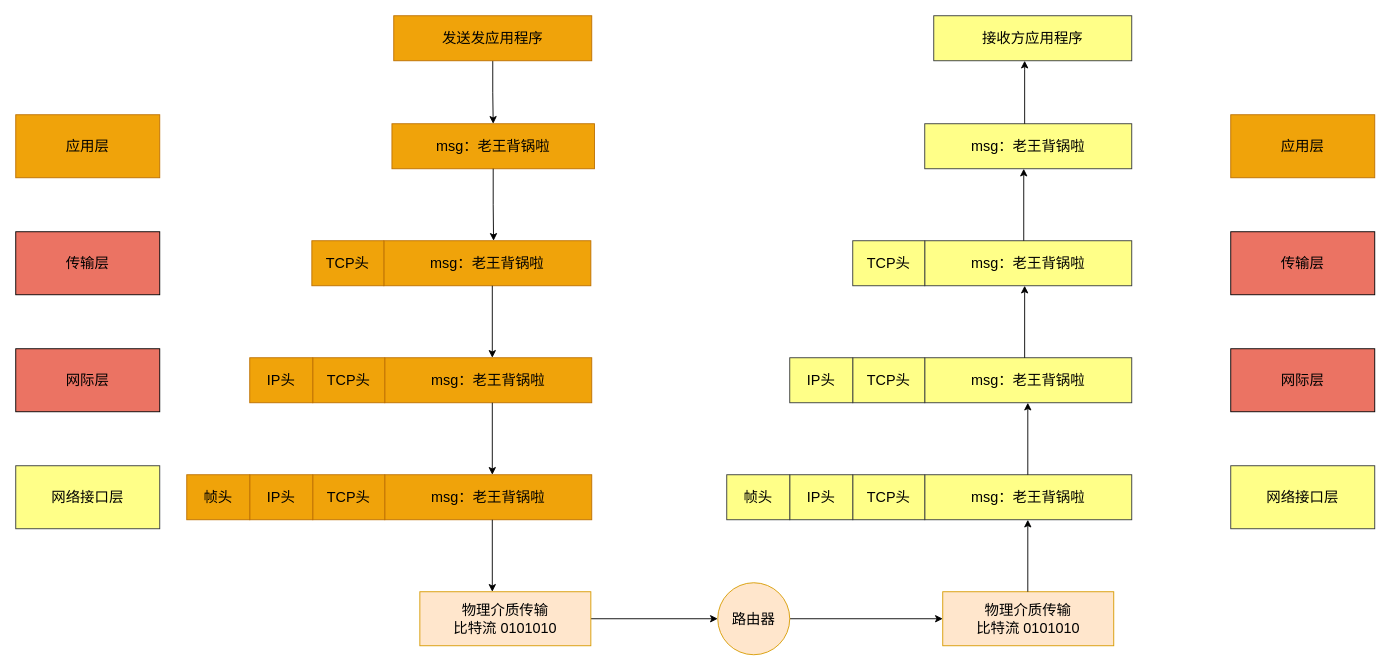
The draw.io diagram 网络分层下各层数据的传输.drawio in ChengziMao/diagrams, before the edit. Source tidied: cells renumbered, new cells numbered last; positions are measured from the earlier drawing's top-left corner, leaving out a move shared by most shapes. Both pictures are drawn from the tidied source at 90%, with x=0, y=0 at pixel (15, 15).
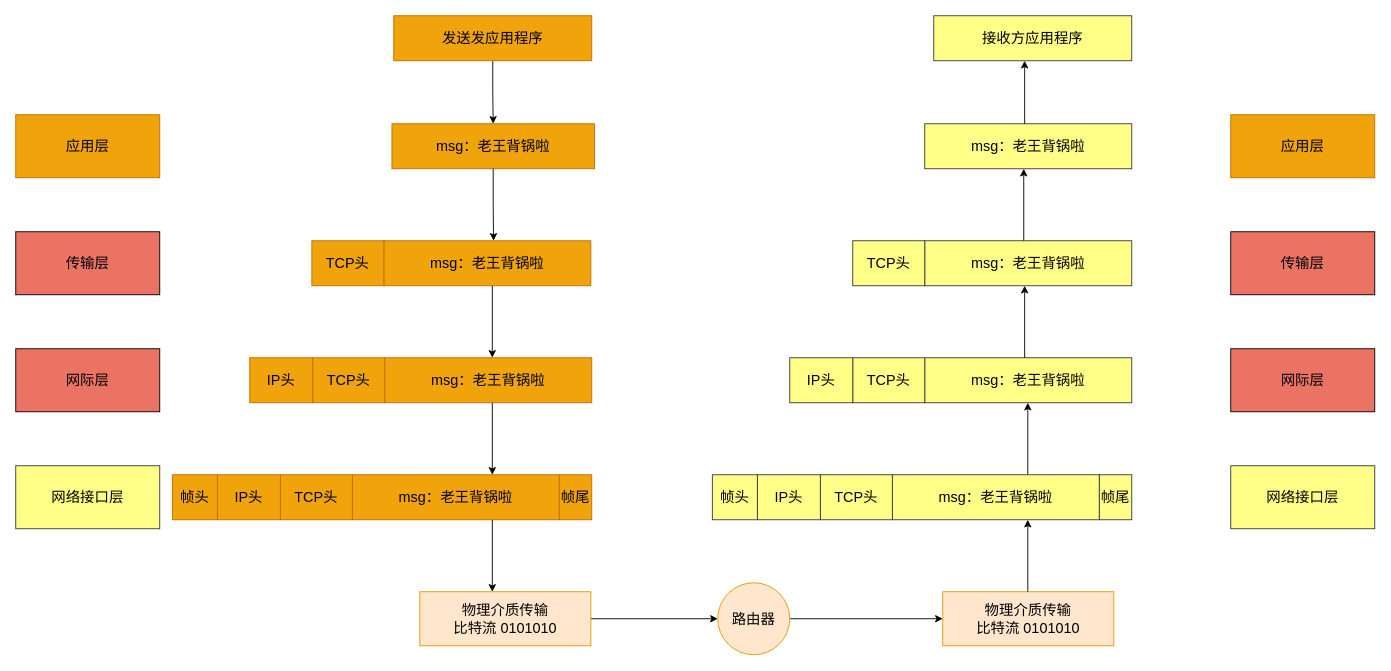
The same diagram, later.

Commit message (it also covers changes not shown here):
更新网络分层下各层数据的传输.drawio

The edit, as a diff of the source:
```diff
@@
     <mxCell id="14" value="&lt;font style=&quot;vertical-align: inherit;&quot; class=&quot;notranslate fyzs-translate-target fyzs-translate-target-wrapper&quot;&gt;&lt;font style=&quot;vertical-align: inherit;&quot; class=&quot;notranslate fyzs-translate-target fyzs-translate-target-box&quot;&gt;&lt;font style=&quot;vertical-align: inherit;&quot; title=&quot;d&quot; class=&quot;notranslate fyzs-translate-target fyzs-translate-target-text&quot;&gt;msg：老王背锅啦&lt;/font&gt;&lt;/font&gt;&lt;/font&gt;" style="rounded=0;whiteSpace=wrap;html=1;fillColor=#f0a30a;fontColor=#000000;strokeColor=#BD7000;fontSize=16;" parent="1" vertex="1">
-      <mxGeometry x="410" y="510" width="230" height="50" as="geometry" />
+      <mxGeometry x="374" y="510" width="230" height="50" as="geometry" />
     </mxCell>
     <mxCell id="15" value="&lt;font style=&quot;vertical-align: inherit;&quot; class=&quot;notranslate fyzs-translate-target fyzs-translate-target-wrapper&quot;&gt;&lt;font style=&quot;vertical-align: inherit;&quot; class=&quot;notranslate fyzs-translate-target fyzs-translate-target-box&quot;&gt;&lt;font style=&quot;vertical-align: inherit;&quot; title=&quot;T&quot; class=&quot;notranslate fyzs-translate-target fyzs-translate-target-text&quot;&gt;TCP头&lt;/font&gt;&lt;/font&gt;&lt;/font&gt;" style="rounded=0;whiteSpace=wrap;html=1;fillColor=#f0a30a;fontColor=#000000;strokeColor=#BD7000;fontSize=16;" parent="1" vertex="1">
-      <mxGeometry x="330" y="510" width="80" height="50" as="geometry" />
+      <mxGeometry x="294" y="510" width="80" height="50" as="geometry" />
     </mxCell>
     <mxCell id="16" value="&lt;font style=&quot;vertical-align: inherit;&quot; class=&quot;notranslate fyzs-translate-target fyzs-translate-target-wrapper&quot;&gt;&lt;font style=&quot;vertical-align: inherit;&quot; class=&quot;notranslate fyzs-translate-target fyzs-translate-target-box&quot;&gt;&lt;font style=&quot;vertical-align: inherit;&quot; title=&quot;I&quot; class=&quot;notranslate fyzs-translate-target fyzs-translate-target-text&quot;&gt;IP头&lt;/font&gt;&lt;/font&gt;&lt;/font&gt;" style="rounded=0;whiteSpace=wrap;html=1;fillColor=#f0a30a;fontColor=#000000;strokeColor=#BD7000;fontSize=16;" parent="1" vertex="1">
-      <mxGeometry x="260" y="510" width="70" height="50" as="geometry" />
+      <mxGeometry x="224" y="510" width="70" height="50" as="geometry" />
     </mxCell>
     <mxCell id="17" value="&lt;font style=&quot;vertical-align: inherit;&quot; class=&quot;notranslate fyzs-translate-target fyzs-translate-target-wrapper&quot;&gt;&lt;font style=&quot;vertical-align: inherit;&quot; class=&quot;notranslate fyzs-translate-target fyzs-translate-target-box&quot;&gt;&lt;font style=&quot;vertical-align: inherit;&quot; title=&quot;z&quot; class=&quot;notranslate fyzs-translate-target fyzs-translate-target-text&quot;&gt;帧头&lt;/font&gt;&lt;/font&gt;&lt;/font&gt;" style="rounded=0;whiteSpace=wrap;html=1;fillColor=#f0a30a;fontColor=#000000;strokeColor=#BD7000;fontSize=16;" parent="1" vertex="1">
-      <mxGeometry x="190" y="510" width="70" height="50" as="geometry" />
+      <mxGeometry x="174" y="510" width="50" height="50" as="geometry" />
     </mxCell>
@@
-    <mxCell id="25" value="&lt;font style=&quot;vertical-align: inherit;&quot; class=&quot;notranslate fyzs-translate-target fyzs-translate-target-wrapper&quot;&gt;&lt;font style=&quot;vertical-align: inherit;&quot; class=&quot;notranslate fyzs-translate-target fyzs-translate-target-box&quot;&gt;&lt;font style=&quot;vertical-align: inherit;&quot; title=&quot;d&quot; class=&quot;notranslate fyzs-translate-target fyzs-translate-target-text&quot;&gt;msg：老王背锅啦&lt;/font&gt;&lt;/font&gt;&lt;/font&gt;" style="rounded=0;whiteSpace=wrap;html=1;fillColor=#ffff88;strokeColor=#36393d;fontSize=16;" parent="1" vertex="1">
-      <mxGeometry x="1010" y="510" width="230" height="50" as="geometry" />
-    </mxCell>
-    <mxCell id="26" value="&lt;font style=&quot;vertical-align: inherit;&quot; class=&quot;notranslate fyzs-translate-target fyzs-translate-target-wrapper&quot;&gt;&lt;font style=&quot;vertical-align: inherit;&quot; class=&quot;notranslate fyzs-translate-target fyzs-translate-target-box&quot;&gt;&lt;font style=&quot;vertical-align: inherit;&quot; title=&quot;T&quot; class=&quot;notranslate fyzs-translate-target fyzs-translate-target-text&quot;&gt;TCP头&lt;/font&gt;&lt;/font&gt;&lt;/font&gt;" style="rounded=0;whiteSpace=wrap;html=1;fillColor=#ffff88;strokeColor=#36393d;fontSize=16;" parent="1" vertex="1">
-      <mxGeometry x="930" y="510" width="80" height="50" as="geometry" />
-    </mxCell>
-    <mxCell id="27" value="&lt;font style=&quot;vertical-align: inherit;&quot; class=&quot;notranslate fyzs-translate-target fyzs-translate-target-wrapper&quot;&gt;&lt;font style=&quot;vertical-align: inherit;&quot; class=&quot;notranslate fyzs-translate-target fyzs-translate-target-box&quot;&gt;&lt;font style=&quot;vertical-align: inherit;&quot; title=&quot;I&quot; class=&quot;notranslate fyzs-translate-target fyzs-translate-target-text&quot;&gt;IP头&lt;/font&gt;&lt;/font&gt;&lt;/font&gt;" style="rounded=0;whiteSpace=wrap;html=1;fillColor=#ffff88;strokeColor=#36393d;fontSize=16;" parent="1" vertex="1">
-      <mxGeometry x="860" y="510" width="70" height="50" as="geometry" />
-    </mxCell>
-    <mxCell id="28" value="&lt;font style=&quot;vertical-align: inherit;&quot; class=&quot;notranslate fyzs-translate-target fyzs-translate-target-wrapper&quot;&gt;&lt;font style=&quot;vertical-align: inherit;&quot; class=&quot;notranslate fyzs-translate-target fyzs-translate-target-box&quot;&gt;&lt;font style=&quot;vertical-align: inherit;&quot; title=&quot;z&quot; class=&quot;notranslate fyzs-translate-target fyzs-translate-target-text&quot;&gt;帧头&lt;/font&gt;&lt;/font&gt;&lt;/font&gt;" style="rounded=0;whiteSpace=wrap;html=1;fillColor=#ffff88;strokeColor=#36393d;fontSize=16;" parent="1" vertex="1">
-      <mxGeometry x="790" y="510" width="70" height="50" as="geometry" />
-    </mxCell>
@@
+    <mxCell id="47" value="&lt;font style=&quot;vertical-align: inherit;&quot; class=&quot;notranslate fyzs-translate-target fyzs-translate-target-wrapper&quot;&gt;&lt;font style=&quot;vertical-align: inherit;&quot; class=&quot;notranslate fyzs-translate-target fyzs-translate-target-box&quot;&gt;&lt;font style=&quot;vertical-align: inherit; font-size: 16px;&quot; title=&quot;z&quot; class=&quot;notranslate fyzs-translate-target fyzs-translate-target-text&quot;&gt;帧尾&lt;/font&gt;&lt;/font&gt;&lt;/font&gt;" style="rounded=0;whiteSpace=wrap;html=1;fillColor=#f0a30a;fontColor=#000000;strokeColor=#BD7000;" parent="1" vertex="1">
+      <mxGeometry x="604" y="510" width="36" height="50" as="geometry" />
+    </mxCell>
+    <mxCell id="25" value="&lt;font style=&quot;vertical-align: inherit;&quot; class=&quot;notranslate fyzs-translate-target fyzs-translate-target-wrapper&quot;&gt;&lt;font style=&quot;vertical-align: inherit;&quot; class=&quot;notranslate fyzs-translate-target fyzs-translate-target-box&quot;&gt;&lt;font style=&quot;vertical-align: inherit;&quot; title=&quot;d&quot; class=&quot;notranslate fyzs-translate-target fyzs-translate-target-text&quot;&gt;msg：老王背锅啦&lt;/font&gt;&lt;/font&gt;&lt;/font&gt;" style="rounded=0;whiteSpace=wrap;html=1;fillColor=#ffff88;strokeColor=#36393d;fontSize=16;" parent="1" vertex="1">
+      <mxGeometry x="974" y="510" width="230" height="50" as="geometry" />
+    </mxCell>
+    <mxCell id="26" value="&lt;font style=&quot;vertical-align: inherit;&quot; class=&quot;notranslate fyzs-translate-target fyzs-translate-target-wrapper&quot;&gt;&lt;font style=&quot;vertical-align: inherit;&quot; class=&quot;notranslate fyzs-translate-target fyzs-translate-target-box&quot;&gt;&lt;font style=&quot;vertical-align: inherit;&quot; title=&quot;T&quot; class=&quot;notranslate fyzs-translate-target fyzs-translate-target-text&quot;&gt;TCP头&lt;/font&gt;&lt;/font&gt;&lt;/font&gt;" style="rounded=0;whiteSpace=wrap;html=1;fillColor=#ffff88;strokeColor=#36393d;fontSize=16;" parent="1" vertex="1">
+      <mxGeometry x="894" y="510" width="80" height="50" as="geometry" />
+    </mxCell>
+    <mxCell id="27" value="&lt;font style=&quot;vertical-align: inherit;&quot; class=&quot;notranslate fyzs-translate-target fyzs-translate-target-wrapper&quot;&gt;&lt;font style=&quot;vertical-align: inherit;&quot; class=&quot;notranslate fyzs-translate-target fyzs-translate-target-box&quot;&gt;&lt;font style=&quot;vertical-align: inherit;&quot; title=&quot;I&quot; class=&quot;notranslate fyzs-translate-target fyzs-translate-target-text&quot;&gt;IP头&lt;/font&gt;&lt;/font&gt;&lt;/font&gt;" style="rounded=0;whiteSpace=wrap;html=1;fillColor=#ffff88;strokeColor=#36393d;fontSize=16;" parent="1" vertex="1">
+      <mxGeometry x="824" y="510" width="70" height="50" as="geometry" />
+    </mxCell>
+    <mxCell id="28" value="&lt;font style=&quot;vertical-align: inherit;&quot; class=&quot;notranslate fyzs-translate-target fyzs-translate-target-wrapper&quot;&gt;&lt;font style=&quot;vertical-align: inherit;&quot; class=&quot;notranslate fyzs-translate-target fyzs-translate-target-box&quot;&gt;&lt;font style=&quot;vertical-align: inherit;&quot; title=&quot;z&quot; class=&quot;notranslate fyzs-translate-target fyzs-translate-target-text&quot;&gt;帧头&lt;/font&gt;&lt;/font&gt;&lt;/font&gt;" style="rounded=0;whiteSpace=wrap;html=1;fillColor=#ffff88;strokeColor=#36393d;fontSize=16;" parent="1" vertex="1">
+      <mxGeometry x="774" y="510" width="50" height="50" as="geometry" />
+    </mxCell>
+    <mxCell id="48" value="&lt;font style=&quot;vertical-align: inherit;&quot; class=&quot;notranslate fyzs-translate-target fyzs-translate-target-wrapper&quot;&gt;&lt;font style=&quot;vertical-align: inherit;&quot; class=&quot;notranslate fyzs-translate-target fyzs-translate-target-box&quot;&gt;&lt;font style=&quot;vertical-align: inherit; font-size: 16px;&quot; title=&quot;z&quot; class=&quot;notranslate fyzs-translate-target fyzs-translate-target-text&quot;&gt;帧尾&lt;/font&gt;&lt;/font&gt;&lt;/font&gt;" style="rounded=0;whiteSpace=wrap;html=1;fillColor=#ffff88;strokeColor=#36393d;" parent="1" vertex="1">
+      <mxGeometry x="1204" y="510" width="36" height="50" as="geometry" />
+    </mxCell>
```
